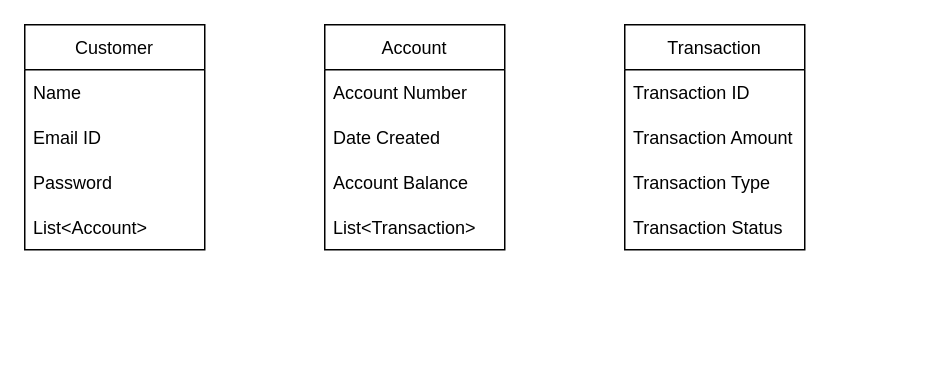
This is ClassDiagram.drawio from adityaBisht2304/GringottsBank, a draw.io file, before an edit. Source tidied: cells renumbered, new cells numbered last; positions are measured from the earlier drawing's top-left corner, leaving out a move shared by most shapes. Both pictures are drawn from the tidied source at 150%, with x=0, y=0 at pixel (24, 24).
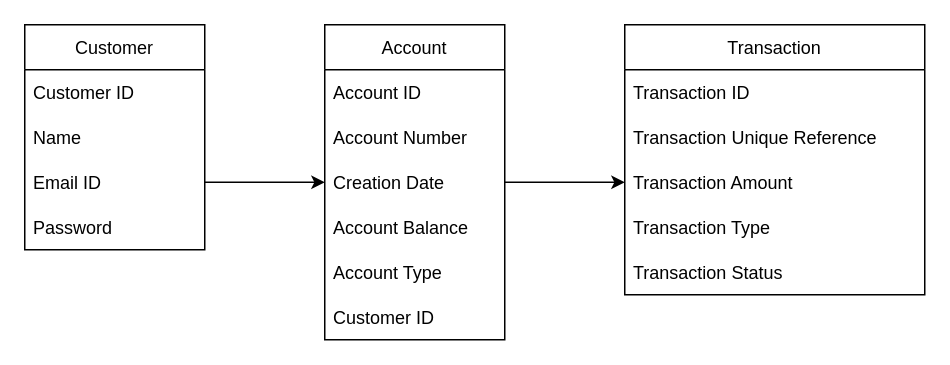
The same diagram, later.

Commit message:
update(class-diagram): updated class diagram

Unchanged cells that the change refers to:
```xml
<mxCell id="2" value="Customer" style="swimlane;fontStyle=0;horizontal=1;startSize=30;direction=east;" parent="1" vertex="1">
  <mxGeometry width="120" height="150" as="geometry" />
</mxCell>
```

What changed in the source:
```diff
@@
-    <mxCell id="3" value="Name" style="text;strokeColor=none;fillColor=none;align=left;verticalAlign=middle;spacingLeft=4;spacingRight=4;overflow=hidden;" parent="2" vertex="1">
+    <mxCell id="3" value="Customer ID" style="text;strokeColor=none;fillColor=none;align=left;verticalAlign=middle;spacingLeft=4;spacingRight=4;overflow=hidden;" parent="2" vertex="1">
       <mxGeometry y="30" width="120" height="30" as="geometry" />
     </mxCell>
+    <mxCell id="17" value="Name" style="text;strokeColor=none;fillColor=none;align=left;verticalAlign=middle;spacingLeft=4;spacingRight=4;overflow=hidden;" parent="2" vertex="1">
+      <mxGeometry y="60" width="120" height="30" as="geometry" />
+    </mxCell>
     <mxCell id="4" value="Email ID" style="text;strokeColor=none;fillColor=none;align=left;verticalAlign=middle;spacingLeft=4;spacingRight=4;overflow=hidden;points=[[0,0.5],[1,0.5]];portConstraint=eastwest;" parent="2" vertex="1">
-      <mxGeometry y="60" width="120" height="30" as="geometry" />
+      <mxGeometry y="90" width="120" height="30" as="geometry" />
     </mxCell>
     <mxCell id="5" value="Password" style="text;strokeColor=none;fillColor=none;align=left;verticalAlign=middle;spacingLeft=4;spacingRight=4;overflow=hidden;" parent="2" vertex="1">
-      <mxGeometry y="90" width="120" height="30" as="geometry" />
+      <mxGeometry y="120" width="120" height="30" as="geometry" />
     </mxCell>
-    <mxCell id="6" value="List&lt;Account&gt;" style="text;strokeColor=none;fillColor=none;align=left;verticalAlign=middle;spacingLeft=4;spacingRight=4;overflow=hidden;" parent="2" vertex="1">
-      <mxGeometry y="120" width="120" height="30" as="geometry" />
-    </mxCell>
     <mxCell id="7" value="Account" style="swimlane;fontStyle=0;horizontal=1;startSize=30;" parent="1" vertex="1">
-      <mxGeometry x="200" width="120" height="150" as="geometry" />
+      <mxGeometry x="200" width="120" height="210" as="geometry" />
     </mxCell>
-    <mxCell id="8" value="Account Number" style="text;strokeColor=none;fillColor=none;align=left;verticalAlign=middle;spacingLeft=4;spacingRight=4;overflow=hidden;" parent="7" vertex="1">
+    <mxCell id="8" value="Account ID" style="text;strokeColor=none;fillColor=none;align=left;verticalAlign=middle;spacingLeft=4;spacingRight=4;overflow=hidden;" parent="7" vertex="1">
       <mxGeometry y="30" width="120" height="30" as="geometry" />
     </mxCell>
+    <mxCell id="18" value="Account Number" style="text;strokeColor=none;fillColor=none;align=left;verticalAlign=middle;spacingLeft=4;spacingRight=4;overflow=hidden;" parent="7" vertex="1">
+      <mxGeometry y="60" width="120" height="30" as="geometry" />
+    </mxCell>
-    <mxCell id="9" value="Date Created" style="text;strokeColor=none;fillColor=none;align=left;verticalAlign=middle;spacingLeft=4;spacingRight=4;overflow=hidden;points=[[0,0.5],[1,0.5]];portConstraint=eastwest;" parent="7" vertex="1">
-      <mxGeometry y="60" width="120" height="30" as="geometry" />
+    <mxCell id="9" value="Creation Date" style="text;strokeColor=none;fillColor=none;align=left;verticalAlign=middle;spacingLeft=4;spacingRight=4;overflow=hidden;points=[[0,0.5],[1,0.5]];portConstraint=eastwest;" parent="7" vertex="1">
+      <mxGeometry y="90" width="120" height="30" as="geometry" />
     </mxCell>
     <mxCell id="10" value="Account Balance" style="text;strokeColor=none;fillColor=none;align=left;verticalAlign=middle;spacingLeft=4;spacingRight=4;overflow=hidden;" parent="7" vertex="1">
-      <mxGeometry y="90" width="120" height="30" as="geometry" />
+      <mxGeometry y="120" width="120" height="30" as="geometry" />
     </mxCell>
+    <mxCell id="19" value="Account Type" style="text;strokeColor=none;fillColor=none;align=left;verticalAlign=middle;spacingLeft=4;spacingRight=4;overflow=hidden;" parent="7" vertex="1">
+      <mxGeometry y="150" width="120" height="30" as="geometry" />
+    </mxCell>
-    <mxCell id="11" value="List&lt;Transaction&gt;" style="text;strokeColor=none;fillColor=none;align=left;verticalAlign=middle;spacingLeft=4;spacingRight=4;overflow=hidden;" parent="7" vertex="1">
-      <mxGeometry y="120" width="120" height="30" as="geometry" />
+    <mxCell id="11" value="Customer ID" style="text;strokeColor=none;fillColor=none;align=left;verticalAlign=middle;spacingLeft=4;spacingRight=4;overflow=hidden;" parent="7" vertex="1">
+      <mxGeometry y="180" width="120" height="30" as="geometry" />
     </mxCell>
     <mxCell id="12" value="Transaction" style="swimlane;fontStyle=0;horizontal=1;startSize=30;" parent="1" vertex="1">
-      <mxGeometry x="400" width="120" height="150" as="geometry" />
+      <mxGeometry x="400" width="200" height="180" as="geometry" />
     </mxCell>
     <mxCell id="13" value="Transaction ID" style="text;strokeColor=none;fillColor=none;align=left;verticalAlign=middle;spacingLeft=4;spacingRight=4;overflow=hidden;" parent="12" vertex="1">
-      <mxGeometry y="30" width="120" height="30" as="geometry" />
+      <mxGeometry y="30" width="200" height="30" as="geometry" />
     </mxCell>
+    <mxCell id="20" value="Transaction Unique Reference" style="text;strokeColor=none;fillColor=none;align=left;verticalAlign=middle;spacingLeft=4;spacingRight=4;overflow=hidden;" parent="12" vertex="1">
+      <mxGeometry y="60" width="200" height="30" as="geometry" />
+    </mxCell>
     <mxCell id="14" value="Transaction Amount" style="text;strokeColor=none;fillColor=none;align=left;verticalAlign=middle;spacingLeft=4;spacingRight=4;overflow=hidden;points=[[0,0.5],[1,0.5]];portConstraint=eastwest;" parent="12" vertex="1">
-      <mxGeometry y="60" width="120" height="30" as="geometry" />
+      <mxGeometry y="90" width="200" height="30" as="geometry" />
     </mxCell>
     <mxCell id="15" value="Transaction Type" style="text;strokeColor=none;fillColor=none;align=left;verticalAlign=middle;spacingLeft=4;spacingRight=4;overflow=hidden;" parent="12" vertex="1">
-      <mxGeometry y="90" width="120" height="30" as="geometry" />
+      <mxGeometry y="120" width="200" height="30" as="geometry" />
     </mxCell>
     <mxCell id="16" value="Transaction Status" style="text;strokeColor=none;fillColor=none;align=left;verticalAlign=middle;spacingLeft=4;spacingRight=4;overflow=hidden;" parent="12" vertex="1">
-      <mxGeometry y="120" width="120" height="30" as="geometry" />
+      <mxGeometry y="150" width="200" height="30" as="geometry" />
     </mxCell>
+    <mxCell id="21" style="edgeStyle=orthogonalEdgeStyle;rounded=0;jettySize=auto;html=1;" parent="1" edge="1" source="9" target="14">
+      <mxGeometry relative="1" as="geometry" />
+    </mxCell>
+    <mxCell id="22" style="edgeStyle=orthogonalEdgeStyle;rounded=0;jettySize=auto;html=1;" parent="1" edge="1" source="4" target="9">
+      <mxGeometry relative="1" as="geometry" />
+    </mxCell>
```
